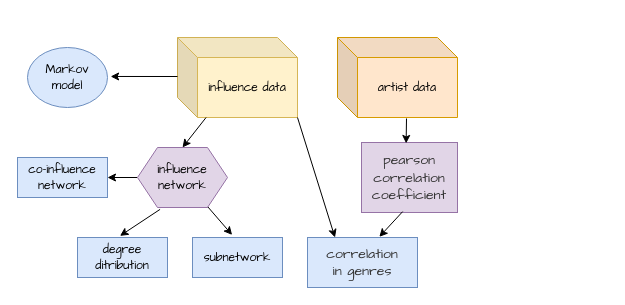
darkbloodevil/simple-tomatoclock keeps this draw.io diagram as Untitled Diagram.drawio. Above is the earlier version. Source tidied: cells renumbered, new cells numbered last; positions are measured from the earlier drawing's top-left corner, leaving out a move shared by most shapes. Both pictures are drawn from the tidied source at 100%, with x=0, y=0 at pixel (17, 37).
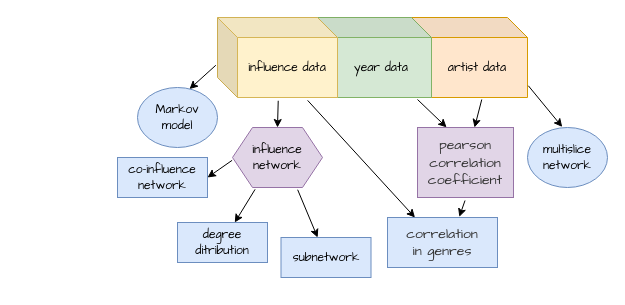
The same page after the edit.

Diff of the diagram source:
```diff
@@
     <mxCell id="2" value="&lt;font face=&quot;Comic Sans MS&quot;&gt;Markov&lt;br&gt;model&lt;/font&gt;" style="ellipse;whiteSpace=wrap;html=1;fillColor=#dae8fc;strokeColor=#6c8ebf;" parent="1" vertex="1">
-      <mxGeometry x="10" y="10" width="80" height="60" as="geometry" />
+      <mxGeometry x="120" y="50" width="80" height="60" as="geometry" />
     </mxCell>
-    <mxCell id="3" value="&lt;span style=&quot;font-family: &amp;#34;comic sans ms&amp;#34;&quot;&gt;influence data&lt;/span&gt;" style="shape=cube;whiteSpace=wrap;html=1;boundedLbl=1;backgroundOutline=1;darkOpacity=0.05;darkOpacity2=0.1;fillColor=#fff2cc;strokeColor=#d6b656;" parent="1" vertex="1">
-      <mxGeometry x="160" width="120" height="80" as="geometry" />
-    </mxCell>
-    <mxCell id="4" value="&lt;span style=&quot;font-family: &amp;#34;comic sans ms&amp;#34;&quot;&gt;artist data&lt;/span&gt;" style="shape=cube;whiteSpace=wrap;html=1;boundedLbl=1;backgroundOutline=1;darkOpacity=0.05;darkOpacity2=0.1;fillColor=#ffe6cc;strokeColor=#d79b00;" parent="1" vertex="1">
-      <mxGeometry x="320" width="120" height="80" as="geometry" />
+    <mxCell id="4" value="&lt;span style=&quot;font-family: &amp;#34;comic sans ms&amp;#34;&quot;&gt;artist data&lt;br&gt;&lt;/span&gt;" style="shape=cube;whiteSpace=wrap;html=1;boundedLbl=1;backgroundOutline=1;darkOpacity=0.05;darkOpacity2=0.1;fillColor=#ffe6cc;strokeColor=#d79b00;" parent="1" vertex="1">
+      <mxGeometry x="390" y="-20" width="120" height="80" as="geometry" />
     </mxCell>
-    <mxCell id="5" style="endArrow=classic;html=1;entryX=0.5;entryY=0;entryDx=0;entryDy=0;" parent="1" edge="1" source="3" target="7">
+    <mxCell id="5" style="endArrow=classic;html=1;entryX=0.5;entryY=0;entryDx=0;entryDy=0;exitX=0.506;exitY=1.041;exitDx=0;exitDy=0;exitPerimeter=0;" parent="1" edge="1" source="3" target="7">
       <mxGeometry relative="1" as="geometry" />
     </mxCell>
-    <mxCell id="6" style="endArrow=classic;html=1;exitX=0;exitY=0.5;exitDx=0;exitDy=0;entryX=1;entryY=0.5;entryDx=0;entryDy=0;" parent="1" edge="1" source="7" target="8">
+    <mxCell id="6" style="endArrow=classic;html=1;entryX=1;entryY=0.5;entryDx=0;entryDy=0;exitX=-0.004;exitY=0.547;exitDx=0;exitDy=0;exitPerimeter=0;" parent="1" edge="1" source="7" target="8">
       <mxGeometry relative="1" as="geometry" />
     </mxCell>
     <mxCell id="7" value="&lt;font face=&quot;Comic Sans MS&quot;&gt;influence network&lt;/font&gt;" style="shape=hexagon;perimeter=hexagonPerimeter2;whiteSpace=wrap;html=1;fixedSize=1;fillColor=#e1d5e7;strokeColor=#9673a6;" parent="1" vertex="1">
-      <mxGeometry x="120" y="110" width="90" height="60" as="geometry" />
+      <mxGeometry x="215" y="90" width="90" height="60" as="geometry" />
     </mxCell>
     <mxCell id="8" value="&lt;font face=&quot;Comic Sans MS&quot;&gt;co-influence network&lt;/font&gt;" style="rounded=0;whiteSpace=wrap;html=1;fillColor=#dae8fc;strokeColor=#6c8ebf;" parent="1" vertex="1">
-      <mxGeometry y="120" width="90" height="40" as="geometry" />
+      <mxGeometry x="100" y="120" width="90" height="40" as="geometry" />
     </mxCell>
     <mxCell id="9" value="&lt;font face=&quot;Comic Sans MS&quot;&gt;degree ditribution&lt;br&gt;&lt;/font&gt;" style="rounded=0;whiteSpace=wrap;html=1;fillColor=#dae8fc;strokeColor=#6c8ebf;" parent="1" vertex="1">
-      <mxGeometry x="60" y="200" width="90" height="40" as="geometry" />
+      <mxGeometry x="160" y="185" width="90" height="40" as="geometry" />
     </mxCell>
-    <mxCell id="10" style="endArrow=classic;html=1;entryX=0.44;entryY=-0.064;entryDx=0;entryDy=0;entryPerimeter=0;" parent="1" edge="1" source="7" target="13">
+    <mxCell id="10" style="endArrow=classic;html=1;exitX=0.724;exitY=1.037;exitDx=0;exitDy=0;exitPerimeter=0;" parent="1" edge="1" source="7" target="13">
       <mxGeometry relative="1" as="geometry" />
     </mxCell>
-    <mxCell id="11" style="endArrow=classic;html=1;entryX=1.039;entryY=0.483;entryDx=0;entryDy=0;entryPerimeter=0;" parent="1" edge="1" target="2">
-      <mxGeometry relative="1" as="geometry">
-        <mxPoint x="160" y="39" as="sourcePoint" />
-      </mxGeometry>
+    <mxCell id="11" style="endArrow=classic;html=1;entryX=0.65;entryY=0.026;entryDx=0;entryDy=0;entryPerimeter=0;exitX=-0.014;exitY=0.597;exitDx=0;exitDy=0;exitPerimeter=0;" parent="1" edge="1" source="3" target="2">
+      <mxGeometry relative="1" as="geometry" />
     </mxCell>
-    <mxCell id="12" style="endArrow=classic;html=1;exitX=0.251;exitY=1.031;exitDx=0;exitDy=0;exitPerimeter=0;entryX=0.472;entryY=-0.04;entryDx=0;entryDy=0;entryPerimeter=0;" parent="1" edge="1" source="7" target="9">
+    <mxCell id="12" style="endArrow=classic;html=1;exitX=0.251;exitY=1.031;exitDx=0;exitDy=0;exitPerimeter=0;" parent="1" edge="1" source="7" target="9">
       <mxGeometry relative="1" as="geometry" />
     </mxCell>
     <mxCell id="13" value="&lt;font face=&quot;Comic Sans MS&quot;&gt;subnetwork&lt;br&gt;&lt;/font&gt;" style="rounded=0;whiteSpace=wrap;html=1;fillColor=#dae8fc;strokeColor=#6c8ebf;" parent="1" vertex="1">
-      <mxGeometry x="175" y="200" width="90" height="40" as="geometry" />
+      <mxGeometry x="263.5" y="200" width="90" height="40" as="geometry" />
     </mxCell>
     <mxCell id="14" value="&lt;span style=&quot;color: rgb(51 , 51 , 51) ; font-size: 14px ; text-indent: 28px&quot;&gt;&lt;font face=&quot;Comic Sans MS&quot;&gt;pearson correlation coefficient&lt;/font&gt;&lt;/span&gt;" style="rounded=0;whiteSpace=wrap;html=1;fillColor=#e1d5e7;strokeColor=#9673a6;" parent="1" vertex="1">
-      <mxGeometry x="344" y="105" width="96" height="70" as="geometry" />
+      <mxGeometry x="400" y="90" width="96" height="70" as="geometry" />
     </mxCell>
-    <mxCell id="15" style="endArrow=classic;html=1;entryX=0.465;entryY=0.013;entryDx=0;entryDy=0;entryPerimeter=0;" parent="1" edge="1" target="14">
-      <mxGeometry relative="1" as="geometry">
-        <mxPoint x="389" y="81" as="sourcePoint" />
-      </mxGeometry>
+    <mxCell id="15" style="endArrow=classic;html=1;exitX=0.619;exitY=1.025;exitDx=0;exitDy=0;exitPerimeter=0;" parent="1" edge="1" source="4" target="14">
+      <mxGeometry relative="1" as="geometry" />
     </mxCell>
     <mxCell id="16" value="&lt;span style=&quot;color: rgb(51 , 51 , 51) ; font-family: &amp;#34;comic sans ms&amp;#34; ; font-size: 14px ; text-indent: 28px&quot;&gt;correlation&lt;br&gt;in genres&lt;br&gt;&lt;/span&gt;" style="rounded=0;whiteSpace=wrap;html=1;fillColor=#dae8fc;strokeColor=#6c8ebf;" parent="1" vertex="1">
-      <mxGeometry x="290" y="200" width="110" height="50" as="geometry" />
+      <mxGeometry x="370" y="180" width="110" height="50" as="geometry" />
     </mxCell>
-    <mxCell id="17" style="endArrow=classic;html=1;exitX=1;exitY=1;exitDx=0;exitDy=0;exitPerimeter=0;entryX=0.25;entryY=0;entryDx=0;entryDy=0;" parent="1" edge="1" source="3" target="16">
+    <mxCell id="17" style="endArrow=classic;html=1;exitX=0.751;exitY=1.036;exitDx=0;exitDy=0;exitPerimeter=0;entryX=0.25;entryY=0;entryDx=0;entryDy=0;" parent="1" edge="1" source="3" target="16">
       <mxGeometry relative="1" as="geometry" />
     </mxCell>
-    <mxCell id="18" style="endArrow=classic;html=1;exitX=0.429;exitY=0.987;exitDx=0;exitDy=0;exitPerimeter=0;entryX=0.653;entryY=-0.013;entryDx=0;entryDy=0;entryPerimeter=0;" parent="1" edge="1" source="14" target="16">
+    <mxCell id="18" style="endArrow=classic;html=1;entryX=0.653;entryY=-0.013;entryDx=0;entryDy=0;entryPerimeter=0;exitX=0.495;exitY=1.043;exitDx=0;exitDy=0;exitPerimeter=0;" parent="1" edge="1" source="14" target="16">
       <mxGeometry relative="1" as="geometry" />
     </mxCell>
+    <mxCell id="19" style="endArrow=classic;html=1;exitX=1.007;exitY=0.853;exitDx=0;exitDy=0;exitPerimeter=0;entryX=0.434;entryY=-0.009;entryDx=0;entryDy=0;entryPerimeter=0;" parent="1" edge="1" source="4" target="20">
+      <mxGeometry relative="1" as="geometry" />
+    </mxCell>
+    <mxCell id="20" value="&lt;font face=&quot;Comic Sans MS&quot;&gt;multislice network&lt;/font&gt;" style="ellipse;whiteSpace=wrap;html=1;fillColor=#dae8fc;strokeColor=#6c8ebf;" parent="1" vertex="1">
+      <mxGeometry x="510" y="90" width="80" height="60" as="geometry" />
+    </mxCell>
+    <mxCell id="21" value="&lt;span style=&quot;font-family: &amp;#34;comic sans ms&amp;#34;&quot;&gt;year data&lt;/span&gt;" style="shape=cube;whiteSpace=wrap;html=1;boundedLbl=1;backgroundOutline=1;darkOpacity=0.05;darkOpacity2=0.1;fillColor=#d5e8d4;strokeColor=#82b366;" parent="1" vertex="1">
+      <mxGeometry x="294" y="-20" width="120" height="80" as="geometry" />
+    </mxCell>
+    <mxCell id="3" value="&lt;span style=&quot;font-family: &amp;#34;comic sans ms&amp;#34;&quot;&gt;influence data&lt;/span&gt;" style="shape=cube;whiteSpace=wrap;html=1;boundedLbl=1;backgroundOutline=1;darkOpacity=0.05;darkOpacity2=0.1;fillColor=#fff2cc;strokeColor=#d6b656;" parent="1" vertex="1">
+      <mxGeometry x="200" y="-20" width="120" height="80" as="geometry" />
+    </mxCell>
+    <mxCell id="22" style="endArrow=classic;html=1;entryX=0.303;entryY=-0.002;entryDx=0;entryDy=0;entryPerimeter=0;" parent="1" edge="1" target="14">
+      <mxGeometry relative="1" as="geometry">
+        <mxPoint x="400" y="62" as="sourcePoint" />
+      </mxGeometry>
+    </mxCell>
```
